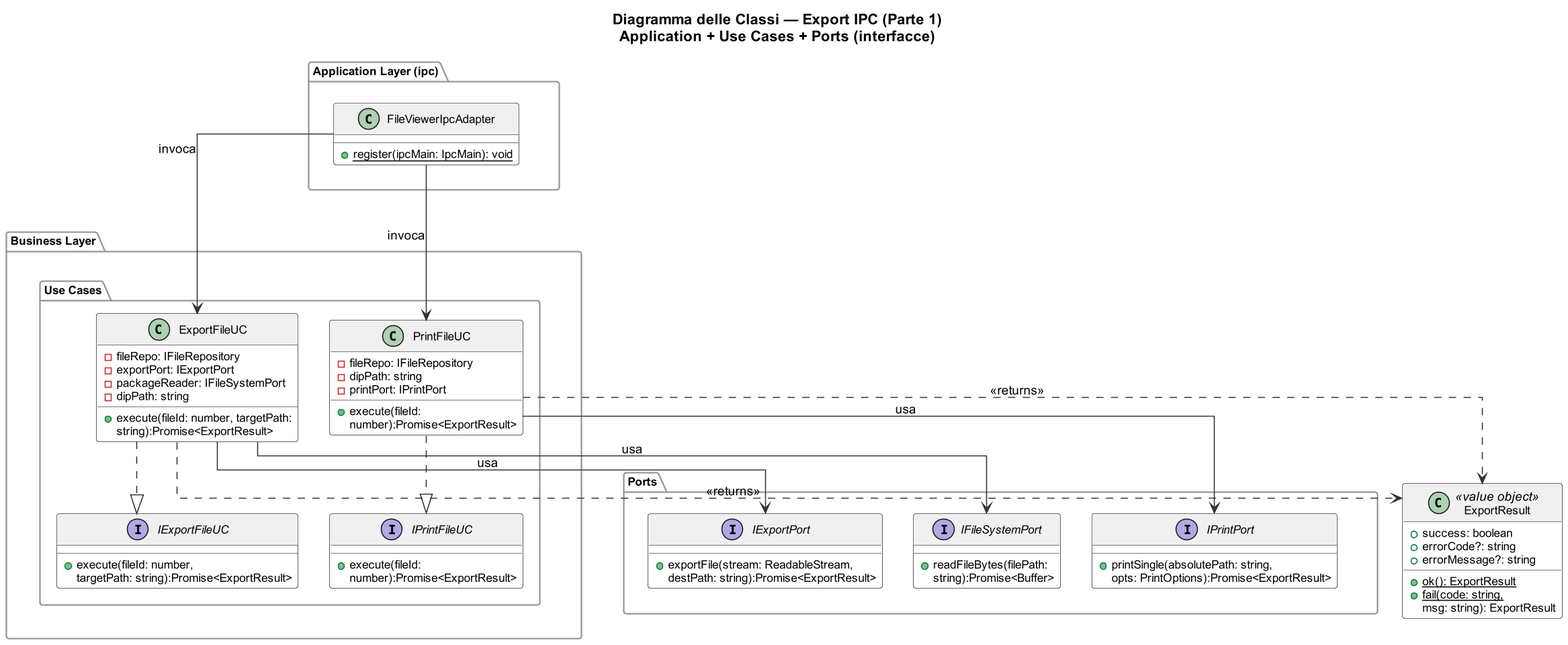
7-ZPUs/Docs keeps this PlantUML diagram as out/3_PB/DocumentiEsterni/DiagrammiSpecificaTecnica/C4/C4_backend_Export/Export_IPC_Part1.png. Above is the earlier version.
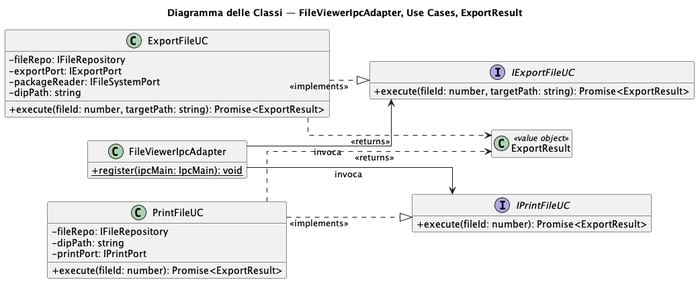
Later version of the same file.

The edit, as a diff of the source:
```diff
@@ -1,118 +1,39 @@
 @startuml Export_IPC_Part1
-scale 1.0
-title Diagramma delle Classi — Export IPC (Parte 1)\nApplication + Use Cases + Ports (interfacce)
+title Diagramma delle Classi — FileViewerIpcAdapter, Use Cases, ExportResult
+skinparam classAttributeIconSize 0
+skinparam linetype ortho
+left to right direction
+hide empty members
 
-skinparam linetype ortho
-skinparam nodesep 30
-skinparam ranksep 40
-top to bottom direction
-skinparam groupInheritance 2
-skinparam pageMargin 10
-skinparam dpi 150
-
-skinparam defaultFontSize 12
-skinparam defaultFontName Arial
-
-skinparam class {
-    BackgroundColor White
-    BorderColor #555555
-    ArrowColor #333333
-    FontSize 12
-    HeaderBackgroundColor #F0F0F0
-    AttributeFontSize 11
+class FileViewerIpcAdapter {
+    + {static} register(ipcMain: IpcMain): void
 }
 
-skinparam interface {
-    BackgroundColor #FFFDE7
-    BorderColor #F9A825
-    FontSize 12
+interface IExportFileUC {
+    + execute(fileId: number, targetPath: string): Promise<ExportResult>
 }
+interface IPrintFileUC {
+    + execute(fileId: number): Promise<ExportResult>
+}
+class ExportFileUC {
+    - fileRepo: IFileRepository
+    - exportPort: IExportPort
+    - packageReader: IFileSystemPort
+    - dipPath: string
+    + execute(fileId: number, targetPath: string): Promise<ExportResult>
+}
+class PrintFileUC {
+    - fileRepo: IFileRepository
+    - dipPath: string
+    - printPort: IPrintPort
+    + execute(fileId: number): Promise<ExportResult>
+}
+class ExportResult <<value object>> {}
 
-skinparam package {
-    FontSize 11
-    BorderColor #999999
-}
-
-package "Application Layer (ipc)" as ipc  {
-    class FileViewerIpcAdapter {
-        + {static} register(ipcMain: IpcMain): void
-    }
-}
-
-package "Business Layer" as uc {
-
-    package "Use Cases" {
-        interface IExportFileUC {
-            + execute(fileId: number,
-            targetPath: string):Promise<ExportResult>
-        }
-
-        interface IPrintFileUC {
-            + execute(fileId:
-            number):Promise<ExportResult>
-        }
-
-        class ExportFileUC {
-            - fileRepo: IFileRepository
-            - exportPort: IExportPort
-            - packageReader: IFileSystemPort
-            - dipPath: string
-            + execute(fileId: number, targetPath:
-             string):Promise<ExportResult>
-        }
-
-        class PrintFileUC {
-            - fileRepo: IFileRepository
-            - dipPath: string
-            - printPort: IPrintPort
-            + execute(fileId:
-            number):Promise<ExportResult>
-        }
-    }
-}
-
-package "Ports" as ports {
-    interface IFileSystemPort {
-        + readFileBytes(filePath:
-        string):Promise<Buffer>
-    }
-
-    interface IExportPort {
-        + exportFile(stream: ReadableStream,
-        destPath: string):Promise<ExportResult>
-    }
-
-    interface IPrintPort {
-        + printSingle(absolutePath: string,
-         opts: PrintOptions):Promise<ExportResult>
-    }
-}
-
-class ExportResult <<value object>>  {
-    + success: boolean
-    + errorCode?: string
-    + errorMessage?: string
-    + {static} ok(): ExportResult
-    + {static} fail(code: string,
-    msg: string): ExportResult
-}
-
-
-
-ipc -[hidden]down-> uc
-uc -[hidden]down-> ports
-
-FileViewerIpcAdapter --> ExportFileUC : invoca
-FileViewerIpcAdapter --> PrintFileUC  : invoca
-
-ExportFileUC ..|> IExportFileUC
-PrintFileUC  ..|> IPrintFileUC
-
-ExportFileUC --> IFileSystemPort : usa
-ExportFileUC --> IExportPort     : usa
-PrintFileUC  --> IPrintPort      : usa
-
+FileViewerIpcAdapter --> IExportFileUC : invoca
+FileViewerIpcAdapter --> IPrintFileUC  : invoca
+PrintFileUC  ..|> IPrintFileUC : <<implements>>
+PrintFileUC  ..> ExportResult : <<returns>>
 ExportFileUC ..> ExportResult : <<returns>>
-PrintFileUC  ..> ExportResult : <<returns>>
-
+ExportFileUC ..|> IExportFileUC : <<implements>>
 @enduml
```
